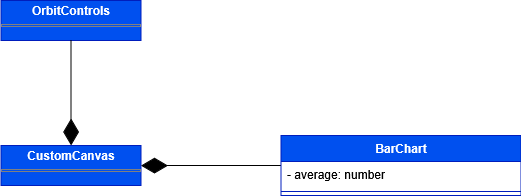
Earlier version of the draw.io export Docs/PB/Generali Esterni/specifica_tecnica/template/images/uml_front/ui/customcanvas.png (6BitBusters/6BitBusters.github.io). Source tidied: cells renumbered, new cells last; positions are measured from the earlier drawing's top-left corner, leaving out a move shared by most shapes.
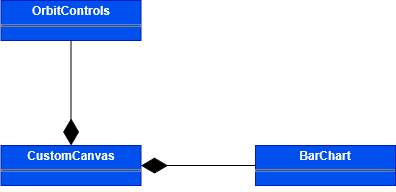
After the commit.

Diff of the diagram source:
```diff
@@ -14,14 +14,8 @@
     <mxCell id="5" style="endArrow=diamondThin;endFill=1;endSize=24;html=1;rounded=0;" parent="1" edge="1" source="4" target="2">
       <mxGeometry relative="1" as="geometry" />
     </mxCell>
-    <mxCell id="6" value="BarChart" style="swimlane;fontStyle=1;align=center;verticalAlign=top;horizontal=1;startSize=26;whiteSpace=wrap;html=1;fillColor=#0050ef;fontColor=#ffffff;strokeColor=#001DBC;" parent="1" vertex="1">
-      <mxGeometry x="279.5" y="135" width="240" height="60" as="geometry" />
+    <mxCell id="6" value="&lt;p style=&quot;margin:0px;margin-top:4px;text-align:center;&quot;&gt;&lt;b&gt;BarChart&lt;/b&gt;&lt;/p&gt;&lt;hr size=&quot;1&quot; style=&quot;border-style:solid;&quot;&gt;&lt;div style=&quot;height:2px;&quot;&gt;&lt;/div&gt;" style="verticalAlign=top;align=left;overflow=fill;html=1;whiteSpace=wrap;fillColor=#0050ef;fontColor=#ffffff;strokeColor=#001DBC;" parent="1" vertex="1">
+      <mxGeometry x="254" y="145" width="140" height="40" as="geometry" />
     </mxCell>
-    <mxCell id="7" value="- average: number" style="text;strokeColor=none;fillColor=none;align=left;verticalAlign=top;spacingLeft=4;spacingRight=4;overflow=hidden;whiteSpace=wrap;html=1;" parent="6" vertex="1">
-      <mxGeometry y="26" width="240" height="26" as="geometry" />
-    </mxCell>
-    <mxCell id="8" style="line;strokeWidth=1;fillColor=none;align=left;verticalAlign=middle;spacingTop=-1;spacingLeft=3;spacingRight=3;labelPosition=right;strokeColor=inherit;" parent="6" vertex="1">
-      <mxGeometry y="52" width="240" height="8" as="geometry" />
-    </mxCell>
   </root>
 </mxGraphModel>
```
